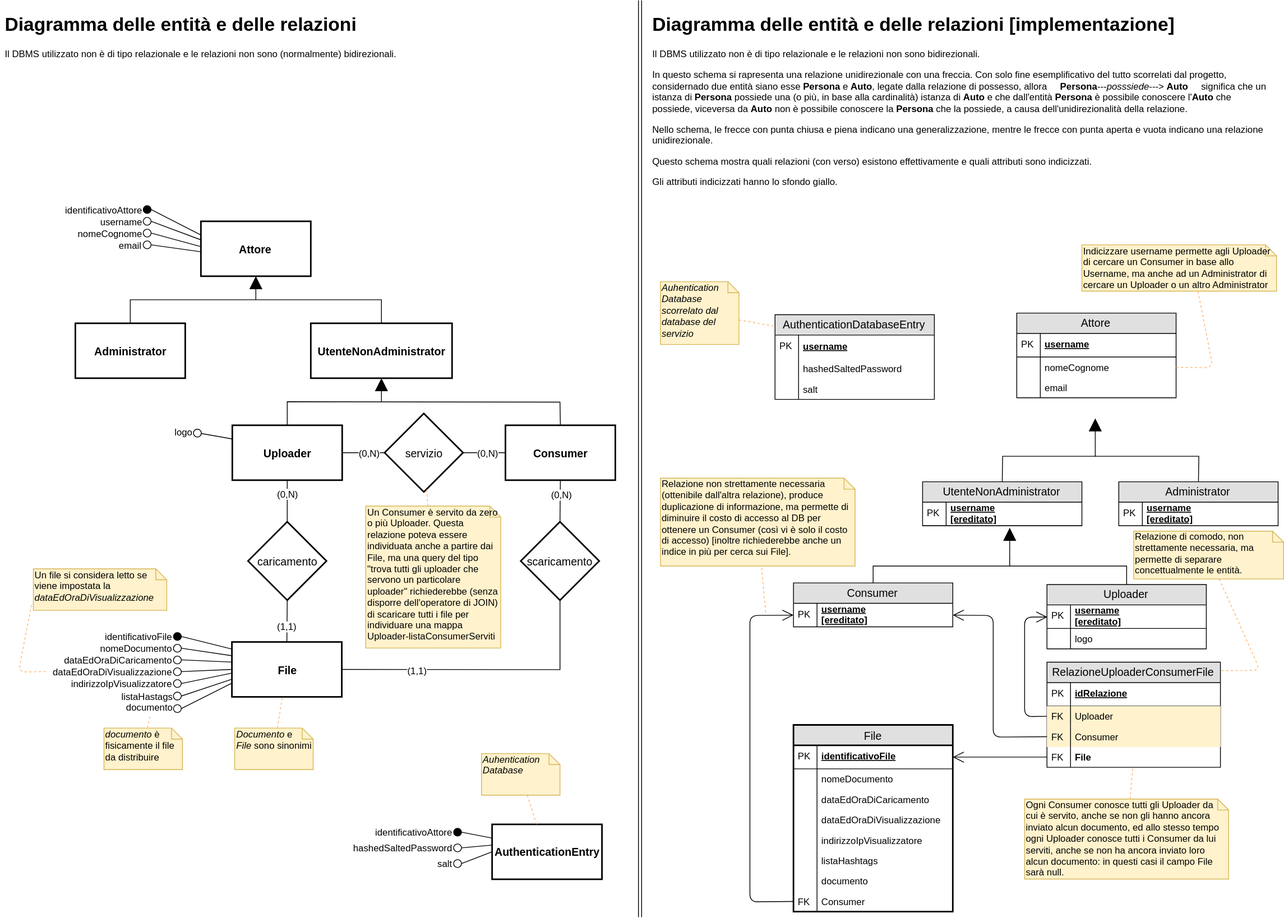
The draw.io diagram algoritmi schemi e note progettuali/diagramma ER/diagramma_er.svg in matteoferfoglia/progetto-progrweb-2020, before a commit. Source tidied: cells renumbered, new cells last; positions are measured from the earlier drawing's top-left corner, leaving out a move shared by most shapes.
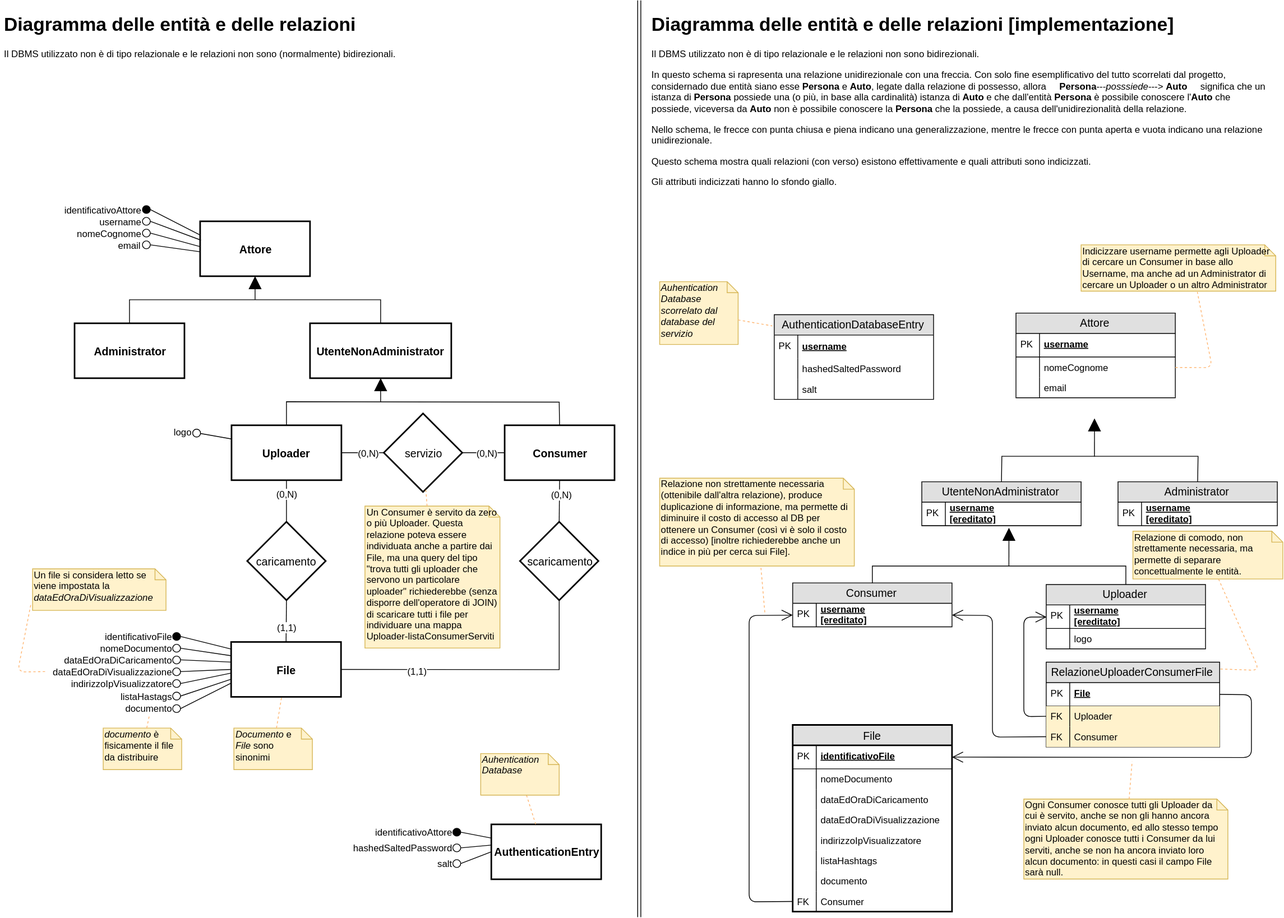
The same file after the commit.

What changed in the source:
```diff
@@ -506,9 +506,9 @@
       <mxGeometry width="30" height="26" as="geometry" />
     </mxCell>
     <mxCell id="159" value="RelazioneUploaderConsumerFile" style="swimlane;fontStyle=0;horizontal=1;startSize=26;fillColor=#e0e0e0;swimlaneFillColor=#ffffff;align=center;fontSize=14;" parent="1" vertex="1">
-      <mxGeometry x="1332.5" y="843.5" width="221" height="134" as="geometry" />
+      <mxGeometry x="1332.5" y="843.5" width="221" height="108" as="geometry" />
     </mxCell>
-    <mxCell id="160" value="idRelazione" style="shape=partialRectangle;top=0;left=0;right=0;bottom=1;align=left;verticalAlign=middle;fillColor=none;spacingLeft=34;spacingRight=4;overflow=hidden;points=[[0,0.5],[1,0.5]];portConstraint=eastwest;fontStyle=5;fontSize=12;" parent="159" vertex="1">
+    <mxCell id="160" value="File" style="shape=partialRectangle;top=0;left=0;right=0;bottom=1;align=left;verticalAlign=middle;fillColor=none;spacingLeft=34;spacingRight=4;overflow=hidden;points=[[0,0.5],[1,0.5]];portConstraint=eastwest;fontStyle=5;fontSize=12;" parent="159" vertex="1">
       <mxGeometry y="26" width="221" height="30" as="geometry" />
     </mxCell>
     <mxCell id="161" value="PK" style="shape=partialRectangle;top=0;left=0;bottom=0;fillColor=none;align=left;verticalAlign=middle;spacingLeft=4;spacingRight=4;overflow=hidden;fontSize=12;" parent="160" vertex="1">
@@ -526,14 +526,13 @@
     <mxCell id="165" value="FK" style="shape=partialRectangle;top=0;left=0;bottom=0;fillColor=none;align=left;verticalAlign=top;spacingLeft=4;spacingRight=4;overflow=hidden;fontSize=12;" parent="164" vertex="1">
       <mxGeometry width="30" height="26" as="geometry" />
     </mxCell>
-    <mxCell id="166" value="File" style="shape=partialRectangle;top=0;left=0;right=0;bottom=0;align=left;verticalAlign=top;spacingLeft=34;spacingRight=4;overflow=hidden;points=[[0,0.5],[1,0.5]];portConstraint=eastwest;fontSize=12;fontStyle=1;fillColor=none;" parent="159" vertex="1">
-      <mxGeometry y="108" width="221" height="26" as="geometry" />
-    </mxCell>
-    <mxCell id="167" value="FK" style="shape=partialRectangle;top=0;left=0;bottom=0;fillColor=none;align=left;verticalAlign=top;spacingLeft=4;spacingRight=4;overflow=hidden;fontSize=12;" parent="166" vertex="1">
-      <mxGeometry width="30" height="26" as="geometry" />
-    </mxCell>
-    <mxCell id="168" style="endArrow=open;html=1;strokeColor=#000000;endFill=0;endSize=12;exitX=0;exitY=0.5;exitDx=0;exitDy=0;entryX=1;entryY=0.5;entryDx=0;entryDy=0;" parent="1" edge="1" source="166" target="143">
-      <mxGeometry relative="1" as="geometry" />
+    <mxCell id="168" style="endArrow=open;html=1;strokeColor=#000000;endFill=0;endSize=12;exitX=1;exitY=0.5;exitDx=0;exitDy=0;entryX=1;entryY=0.5;entryDx=0;entryDy=0;" parent="1" edge="1" source="160" target="143">
+      <mxGeometry relative="1" as="geometry">
+        <Array as="points">
+          <mxPoint x="1594" y="885" />
+          <mxPoint x="1594" y="965" />
+        </Array>
+      </mxGeometry>
     </mxCell>
     <mxCell id="169" value="Uploader" style="swimlane;fontStyle=0;horizontal=1;startSize=26;fillColor=#e0e0e0;swimlaneFillColor=#ffffff;align=center;fontSize=14;" parent="1" vertex="1">
       <mxGeometry x="1332.5" y="744.5" width="203" height="82" as="geometry" />
@@ -700,8 +699,10 @@
     <mxCell id="211" value="Ogni Consumer conosce tutti gli Uploader da cui è servito, anche se non gli hanno ancora inviato alcun documento, ed allo stesso tempo&lt;br&gt;ogni Uploader conosce tutti i Consumer da lui serviti, anche se non ha ancora inviato loro alcun documento: in questi casi il campo File sarà null." style="shape=note;whiteSpace=wrap;html=1;size=14;verticalAlign=top;align=left;spacingTop=-6;fillColor=#fff2cc;strokeColor=#d6b656;" parent="1" vertex="1">
       <mxGeometry x="1304" y="1018" width="260" height="102" as="geometry" />
     </mxCell>
-    <mxCell id="212" style="endArrow=none;dashed=1;html=1;strokeColor=#FFB570;fillColor=#ffcc99;" parent="1" edge="1" source="211" target="166">
-      <mxGeometry relative="1" as="geometry" />
+    <mxCell id="212" style="endArrow=none;dashed=1;html=1;strokeColor=#FFB570;fillColor=#ffcc99;" parent="1" edge="1" source="211">
+      <mxGeometry relative="1" as="geometry">
+        <mxPoint x="1442" y="970" as="targetPoint" />
+      </mxGeometry>
     </mxCell>
     <mxCell id="213" value="Indicizzare username permette agli Uploader di cercare un Consumer in base allo Username, ma anche ad un Administrator di cercare un Uploader o un altro Administrator" style="shape=note;whiteSpace=wrap;html=1;size=14;verticalAlign=top;align=left;spacingTop=-6;fillColor=#fff2cc;strokeColor=#d6b656;" parent="1" vertex="1">
       <mxGeometry x="1377" y="311.5" width="248" height="59" as="geometry" />
```
